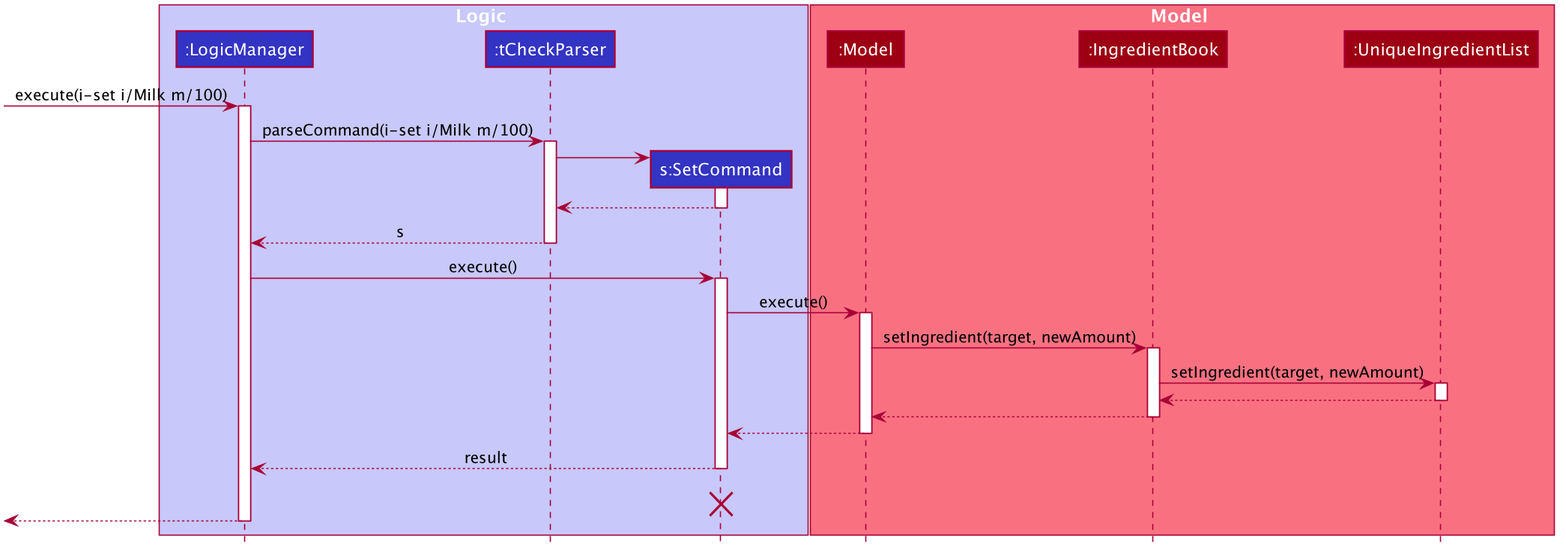
This is docs/images/SetSequenceDiagram.png from nus-cs2103-AY2021S1/tp, a PlantUML export, as it was before one commit.
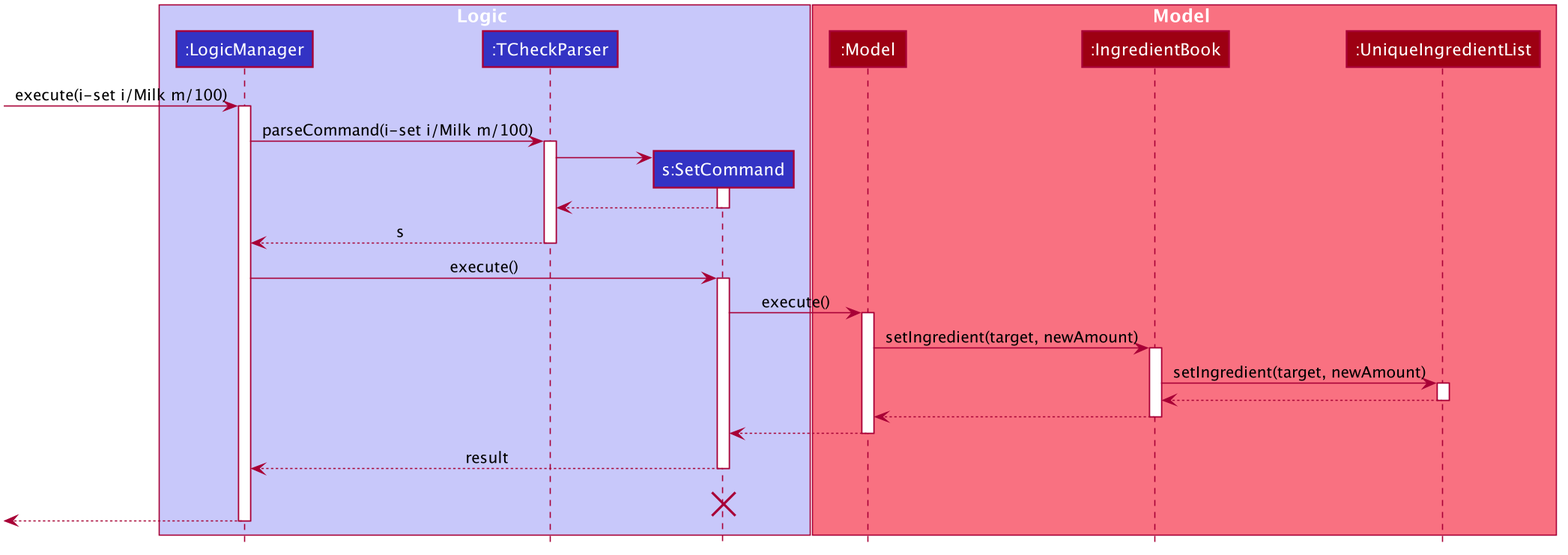
The same diagram one commit later.

Change to the diagram source:
```diff
@@ -50,7 +50,7 @@
 
 box Logic #C8C8FA
 participant ":LogicManager" as LogicManager #3333C4
-participant ":tCheckParser" as tCheckParser #3333C4
+participant ":TCheckParser" as TCheckParser #3333C4
 participant "s:SetCommand" as SetCommand #3333C4
 
 end box
@@ -64,18 +64,18 @@
 [-> LogicManager : execute(i-set i/Milk m/100)
 activate LogicManager
 
-LogicManager -> tCheckParser : parseCommand(i-set i/Milk m/100)
-activate tCheckParser
+LogicManager -> TCheckParser : parseCommand(i-set i/Milk m/100)
+activate TCheckParser
 
 create SetCommand
-tCheckParser -> SetCommand
+TCheckParser -> SetCommand
 activate SetCommand
 
-SetCommand --> tCheckParser
+SetCommand --> TCheckParser
 deactivate SetCommand
 
-tCheckParser --> LogicManager : s
-deactivate tCheckParser
+TCheckParser --> LogicManager : s
+deactivate TCheckParser
 
 LogicManager -> SetCommand : execute()
 activate SetCommand
```
